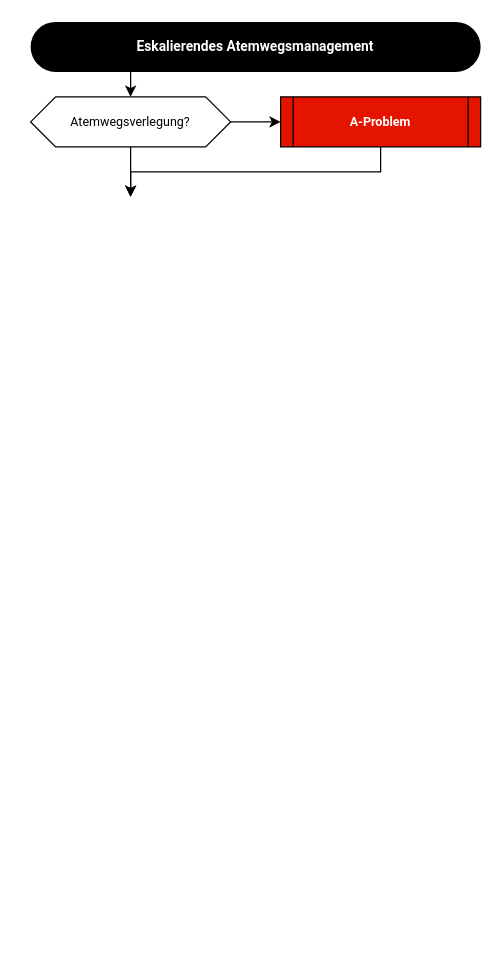
Before: assets/flows/atemwegsmanagement.drawio in steiiin/notsan-app, a draw.io diagram. Source tidied: cells renumbered, new cells numbered last; positions are measured from the earlier drawing's top-left corner, leaving out a move shared by most shapes. Both pictures are drawn from the tidied source at 125%, with x=0, y=0 at pixel (30, 21).
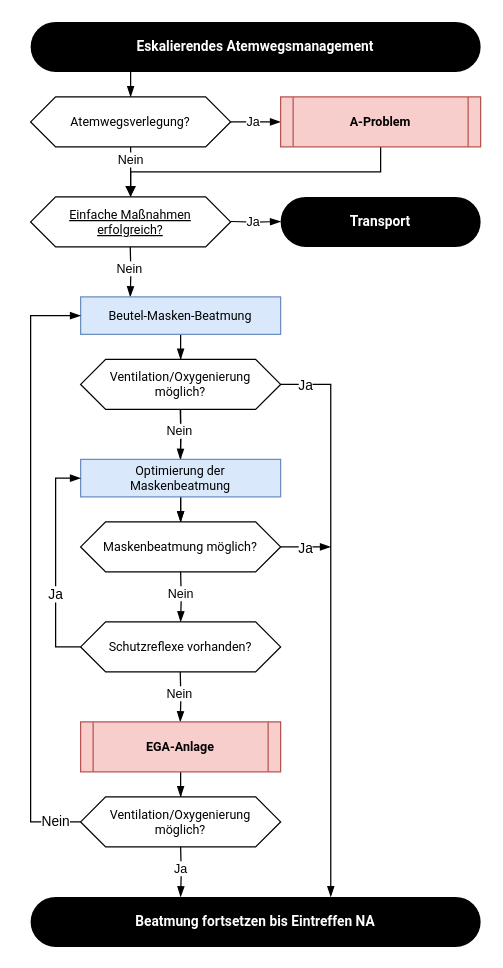
The same diagram, later.

Unchanged cells that the change refers to:
```xml
<mxCell id="6" value="Atemwegsverlegung?" style="shape=hexagon;perimeter=hexagonPerimeter2;whiteSpace=wrap;html=1;fixedSize=1;fontFamily=&quot;Roboto&quot;, &quot;Helvetica Neue&quot;, sans-serif;fontSize=10;fontStyle=0;fillColor=default;" parent="1" vertex="1">
  <mxGeometry y="60" width="160" height="40" as="geometry" />
</mxCell>
```

What changed in the source:
```diff
@@
-    <mxCell id="2" style="edgeStyle=orthogonalEdgeStyle;rounded=0;jettySize=auto;html=1;" parent="1" edge="1" source="3" target="6">
+    <mxCell id="2" style="edgeStyle=orthogonalEdgeStyle;rounded=0;jettySize=auto;html=1;endArrow=blockThin;endFill=1;" parent="1" edge="1" source="3" target="6">
       <mxGeometry relative="1" as="geometry">
         <Array as="points">
           <mxPoint x="80" y="50" />
           <mxPoint x="80" y="50" />
         </Array>
       </mxGeometry>
     </mxCell>
-    <mxCell id="3" value="Eskalierendes Atemwegsmanagement" style="rounded=1;whiteSpace=wrap;html=1;fillColor=#000000;fontColor=#ffffff;strokeColor=none;fillStyle=auto;fontFamily=&quot;Roboto&quot;, &quot;Helvetica Neue&quot;, sans-serif; &quot;Helvetia Neue&quot;;glass=0;shadow=0;arcSize=50;fontStyle=1;fontSize=11;" parent="1" vertex="1">
+    <mxCell id="3" value="Eskalierendes Atemwegsmanagement" style="rounded=1;whiteSpace=wrap;html=1;fillColor=#000000;fontColor=#ffffff;strokeColor=none;fillStyle=auto;fontFamily=&quot;Roboto&quot;, &quot;Helvetica Neue&quot;, sans-serif; &quot;Helvetia Neue&quot;;glass=0;shadow=0;arcSize=50;fontStyle=1;fontSize=11;gradientColor=none;" parent="1" vertex="1">
       <mxGeometry width="360" height="40" as="geometry" />
     </mxCell>
-    <mxCell id="4" style="edgeStyle=orthogonalEdgeStyle;rounded=0;jettySize=auto;html=1;" parent="1" edge="1" source="6" target="8">
+    <mxCell id="4" style="edgeStyle=orthogonalEdgeStyle;rounded=0;jettySize=auto;html=1;endArrow=blockThin;endFill=1;" parent="1" edge="1" source="6" target="8">
       <mxGeometry relative="1" as="geometry" />
     </mxCell>
+    <mxCell id="9" value="Ja" style="edgeLabel;html=1;align=center;verticalAlign=middle;fontFamily=bahnschrift;fontSize=10;fontColor=default;labelBorderColor=none;labelBackgroundColor=default;fillColor=none;gradientColor=none;" parent="4" vertex="1">
+      <mxGeometry x="-0.05" y="-1" relative="1" as="geometry">
+        <mxPoint x="-2" y="-2" as="offset" />
+      </mxGeometry>
+    </mxCell>
-    <mxCell id="5" style="edgeStyle=orthogonalEdgeStyle;rounded=0;jettySize=auto;html=1;" parent="1" edge="1" source="6">
+    <mxCell id="5" style="edgeStyle=orthogonalEdgeStyle;rounded=0;jettySize=auto;html=1;endArrow=blockThin;endFill=1;" parent="1" edge="1" source="6">
       <mxGeometry relative="1" as="geometry">
         <mxPoint x="80" y="140" as="targetPoint" />
       </mxGeometry>
     </mxCell>
+    <mxCell id="10" value="Nein" style="edgeLabel;html=1;align=center;verticalAlign=middle;fontFamily=bahnschrift;fontSize=10;fontColor=default;labelBorderColor=none;labelBackgroundColor=default;fillColor=none;gradientColor=none;" parent="5" vertex="1">
+      <mxGeometry x="-0.51" y="-1" relative="1" as="geometry">
+        <mxPoint y="-1" as="offset" />
+      </mxGeometry>
+    </mxCell>
@@
-    <mxCell id="7" style="edgeStyle=orthogonalEdgeStyle;rounded=0;jettySize=auto;html=1;entryX=0.5;entryY=0;entryDx=0;entryDy=0;" parent="1" edge="1" source="8">
+    <mxCell id="7" style="edgeStyle=orthogonalEdgeStyle;rounded=0;jettySize=auto;html=1;entryX=0.5;entryY=0;entryDx=0;entryDy=0;endArrow=block;endFill=1;" parent="1" edge="1" source="8">
       <mxGeometry relative="1" as="geometry">
         <mxPoint x="80" y="140" as="targetPoint" />
         <Array as="points">
           <mxPoint x="280" y="120" />
           <mxPoint x="80" y="120" />
         </Array>
       </mxGeometry>
     </mxCell>
-    <mxCell id="8" value="A-Problem" style="shape=process;whiteSpace=wrap;html=1;backgroundOutline=1;size=0.0625;fillColor=#e51400;strokeColor=default;fontSize=10;glass=0;rounded=0;fontColor=#ffffff;fontFamily=&quot;Roboto&quot;, &quot;Helvetica Neue&quot;, sans-serif;fontStyle=1;" parent="1" vertex="1">
+    <mxCell id="8" value="A-Problem" style="shape=process;whiteSpace=wrap;html=1;backgroundOutline=1;size=0.0625;fillColor=#f8cecc;strokeColor=#b85450;fontSize=10;glass=0;rounded=0;fontFamily=&quot;Roboto&quot;, &quot;Helvetica Neue&quot;, sans-serif;fontStyle=1;" parent="1" vertex="1">
       <mxGeometry x="200" y="60" width="160" height="40" as="geometry" />
     </mxCell>
+    <mxCell id="11" value="Einfache Maßnahmen&lt;br&gt;erfolgreich?" style="shape=hexagon;perimeter=hexagonPerimeter2;whiteSpace=wrap;fixedSize=1;fontFamily=&quot;Roboto&quot;, &quot;Helvetica Neue&quot;, sans-serif;fontSize=10;fontStyle=4;textShadow=0;labelBorderColor=none;html=1;horizontal=1;" parent="1" vertex="1">
+      <mxGeometry y="140" width="160" height="40" as="geometry" />
+    </mxCell>
+    <mxCell id="12" style="edgeStyle=orthogonalEdgeStyle;rounded=0;orthogonalLoop=1;jettySize=auto;html=1;endArrow=blockThin;endFill=1;" parent="1" edge="1">
+      <mxGeometry relative="1" as="geometry">
+        <mxPoint x="160" y="159.7" as="sourcePoint" />
+        <mxPoint x="200" y="159.7" as="targetPoint" />
+      </mxGeometry>
+    </mxCell>
+    <mxCell id="13" value="Ja" style="edgeLabel;html=1;align=center;verticalAlign=middle;fontFamily=bahnschrift;fontSize=10;fontColor=default;labelBorderColor=none;labelBackgroundColor=default;fillColor=none;gradientColor=none;" parent="12" vertex="1">
+      <mxGeometry x="-0.05" y="-1" relative="1" as="geometry">
+        <mxPoint x="-2" y="-2" as="offset" />
+      </mxGeometry>
+    </mxCell>
+    <mxCell id="14" value="Transport" style="rounded=1;whiteSpace=wrap;html=1;fillColor=#000000;fontColor=#ffffff;strokeColor=none;fillStyle=auto;fontFamily=&quot;Roboto&quot;, &quot;Helvetica Neue&quot;, sans-serif; &quot;Helvetia Neue&quot;;glass=0;shadow=0;arcSize=50;fontStyle=1;fontSize=11;gradientColor=none;" parent="1" vertex="1">
+      <mxGeometry x="200" y="140" width="160" height="40" as="geometry" />
+    </mxCell>
+    <mxCell id="15" style="edgeStyle=orthogonalEdgeStyle;rounded=0;orthogonalLoop=1;jettySize=auto;html=1;endArrow=blockThin;endFill=1;" parent="1" edge="1">
+      <mxGeometry relative="1" as="geometry">
+        <mxPoint x="79.7" y="180" as="sourcePoint" />
+        <mxPoint x="79.7" y="220" as="targetPoint" />
+      </mxGeometry>
+    </mxCell>
+    <mxCell id="16" value="Nein" style="edgeLabel;html=1;align=center;verticalAlign=middle;fontFamily=bahnschrift;fontSize=10;fontColor=default;labelBorderColor=none;labelBackgroundColor=default;fillColor=none;gradientColor=none;" parent="15" vertex="1">
+      <mxGeometry x="-0.51" y="-1" relative="1" as="geometry">
+        <mxPoint y="6" as="offset" />
+      </mxGeometry>
+    </mxCell>
+    <mxCell id="17" style="edgeStyle=orthogonalEdgeStyle;shape=connector;rounded=0;jettySize=auto;html=1;strokeColor=default;align=center;verticalAlign=middle;fontFamily=Helvetica;fontSize=11;fontColor=default;labelBackgroundColor=default;endArrow=blockThin;endFill=1;" parent="1" edge="1" source="18" target="20">
+      <mxGeometry relative="1" as="geometry" />
+    </mxCell>
+    <mxCell id="18" value="Beutel-Masken-Beatmung" style="rounded=0;whiteSpace=wrap;html=1;align=center;verticalAlign=middle;fontFamily=&quot;Roboto&quot;, &quot;Helvetica Neue&quot;, sans-serif;fontSize=10;labelBorderColor=none;labelBackgroundColor=none;fillColor=#dae8fc;rotation=0;strokeColor=#6c8ebf;" parent="1" vertex="1">
+      <mxGeometry x="40" y="220" width="160" height="30" as="geometry" />
+    </mxCell>
+    <mxCell id="19" style="edgeStyle=orthogonalEdgeStyle;shape=connector;rounded=0;jettySize=auto;html=1;strokeColor=default;align=center;verticalAlign=middle;fontFamily=Helvetica;fontSize=11;fontColor=default;labelBackgroundColor=default;endArrow=blockThin;endFill=1;" parent="1" edge="1" source="20" target="28">
+      <mxGeometry relative="1" as="geometry" />
+    </mxCell>
+    <mxCell id="20" value="Ventilation/Oxygenierung&lt;div&gt;möglich?&lt;/div&gt;" style="shape=hexagon;perimeter=hexagonPerimeter2;whiteSpace=wrap;html=1;fixedSize=1;fontFamily=&quot;Roboto&quot;, &quot;Helvetica Neue&quot;, sans-serif;fontSize=10;fontStyle=0;fillColor=default;" parent="1" vertex="1">
+      <mxGeometry x="40" y="270" width="160" height="40" as="geometry" />
+    </mxCell>
+    <mxCell id="21" value="Beatmung fortsetzen bis Eintreffen NA" style="rounded=1;whiteSpace=wrap;html=1;fillColor=#000000;fontColor=#ffffff;strokeColor=none;fillStyle=auto;fontFamily=&quot;Roboto&quot;, &quot;Helvetica Neue&quot;, sans-serif; &quot;Helvetia Neue&quot;;glass=0;shadow=0;arcSize=50;fontStyle=1;fontSize=11;gradientColor=none;align=center;verticalAlign=middle;labelBorderColor=none;labelBackgroundColor=none;" parent="1" vertex="1">
+      <mxGeometry y="700" width="360" height="40" as="geometry" />
+    </mxCell>
+    <mxCell id="22" style="edgeStyle=orthogonalEdgeStyle;rounded=0;orthogonalLoop=1;jettySize=auto;html=1;endArrow=blockThin;endFill=1;" parent="1" edge="1">
+      <mxGeometry relative="1" as="geometry">
+        <mxPoint x="119.7" y="310" as="sourcePoint" />
+        <mxPoint x="119.7" y="350" as="targetPoint" />
+      </mxGeometry>
+    </mxCell>
+    <mxCell id="23" value="Nein" style="edgeLabel;html=1;align=center;verticalAlign=middle;fontFamily=bahnschrift;fontSize=10;fontColor=default;labelBorderColor=none;labelBackgroundColor=default;fillColor=none;gradientColor=none;" parent="22" vertex="1">
+      <mxGeometry x="-0.51" y="-1" relative="1" as="geometry">
+        <mxPoint y="6" as="offset" />
+      </mxGeometry>
+    </mxCell>
+    <mxCell id="24" style="edgeStyle=orthogonalEdgeStyle;shape=connector;rounded=0;jettySize=auto;html=1;strokeColor=default;align=center;verticalAlign=middle;fontFamily=Helvetica;fontSize=11;fontColor=default;labelBackgroundColor=default;endArrow=blockThin;endFill=1;" parent="1" edge="1" source="25" target="28">
+      <mxGeometry relative="1" as="geometry" />
+    </mxCell>
+    <mxCell id="25" value="Optimierung der&lt;div&gt;Maskenbeatmung&lt;/div&gt;" style="rounded=0;whiteSpace=wrap;html=1;align=center;verticalAlign=middle;fontFamily=&quot;Roboto&quot;, &quot;Helvetica Neue&quot;, sans-serif;fontSize=10;labelBorderColor=none;labelBackgroundColor=none;fillColor=#dae8fc;rotation=0;strokeColor=#6c8ebf;fontColor=default;" parent="1" vertex="1">
+      <mxGeometry x="40" y="350" width="160" height="30" as="geometry" />
+    </mxCell>
+    <mxCell id="26" style="edgeStyle=orthogonalEdgeStyle;shape=connector;rounded=0;jettySize=auto;html=1;strokeColor=default;align=center;verticalAlign=middle;fontFamily=Helvetica;fontSize=11;fontColor=default;labelBackgroundColor=default;endArrow=blockThin;endFill=1;" parent="1" edge="1" source="28">
+      <mxGeometry relative="1" as="geometry">
+        <mxPoint x="240" y="420" as="targetPoint" />
+      </mxGeometry>
+    </mxCell>
+    <mxCell id="27" value="Ja" style="edgeLabel;html=1;align=center;verticalAlign=middle;fontFamily=Helvetica;fontSize=11;fontColor=default;labelBorderColor=none;labelBackgroundColor=default;fillColor=none;gradientColor=none;" parent="26" vertex="1">
+      <mxGeometry x="-0.08" y="1" relative="1" as="geometry">
+        <mxPoint y="1" as="offset" />
+      </mxGeometry>
+    </mxCell>
+    <mxCell id="28" value="Maskenbeatmung möglich?" style="shape=hexagon;perimeter=hexagonPerimeter2;whiteSpace=wrap;html=1;fixedSize=1;fontFamily=&quot;Roboto&quot;, &quot;Helvetica Neue&quot;, sans-serif;fontSize=10;fontStyle=0;fillColor=default;" parent="1" vertex="1">
+      <mxGeometry x="40" y="400" width="160" height="40" as="geometry" />
+    </mxCell>
+    <mxCell id="29" style="edgeStyle=orthogonalEdgeStyle;rounded=0;orthogonalLoop=1;jettySize=auto;html=1;endArrow=blockThin;endFill=1;" parent="1" edge="1">
+      <mxGeometry relative="1" as="geometry">
+        <mxPoint x="120" y="440" as="sourcePoint" />
+        <mxPoint x="120" y="480" as="targetPoint" />
+      </mxGeometry>
+    </mxCell>
+    <mxCell id="30" value="Nein" style="edgeLabel;html=1;align=center;verticalAlign=middle;fontFamily=bahnschrift;fontSize=10;fontColor=default;labelBorderColor=none;labelBackgroundColor=default;fillColor=none;gradientColor=none;" parent="29" vertex="1">
+      <mxGeometry x="-0.51" y="-1" relative="1" as="geometry">
+        <mxPoint y="6" as="offset" />
+      </mxGeometry>
+    </mxCell>
+    <mxCell id="31" style="edgeStyle=orthogonalEdgeStyle;shape=connector;rounded=0;jettySize=auto;html=1;strokeColor=default;align=center;verticalAlign=middle;fontFamily=Helvetica;fontSize=11;fontColor=default;labelBackgroundColor=default;endArrow=blockThin;endFill=1;entryX=0;entryY=0.5;entryDx=0;entryDy=0;" parent="1" edge="1" source="33" target="25">
+      <mxGeometry relative="1" as="geometry">
+        <Array as="points">
+          <mxPoint x="20" y="500" />
+          <mxPoint x="20" y="365" />
+        </Array>
+      </mxGeometry>
+    </mxCell>
+    <mxCell id="32" value="Ja" style="edgeLabel;html=1;align=center;verticalAlign=middle;fontFamily=Helvetica;fontSize=11;fontColor=default;labelBorderColor=none;labelBackgroundColor=default;fillColor=none;gradientColor=none;" parent="31" vertex="1">
+      <mxGeometry x="-0.25" relative="1" as="geometry">
+        <mxPoint x="-1" y="3" as="offset" />
+      </mxGeometry>
+    </mxCell>
+    <mxCell id="33" value="Schutzreflexe vorhanden?" style="shape=hexagon;perimeter=hexagonPerimeter2;whiteSpace=wrap;html=1;fixedSize=1;fontFamily=&quot;Roboto&quot;, &quot;Helvetica Neue&quot;, sans-serif;fontSize=10;fontStyle=0;fillColor=default;" parent="1" vertex="1">
+      <mxGeometry x="40" y="480" width="160" height="40" as="geometry" />
+    </mxCell>
+    <mxCell id="34" style="edgeStyle=orthogonalEdgeStyle;rounded=0;orthogonalLoop=1;jettySize=auto;html=1;endArrow=blockThin;endFill=1;" parent="1" edge="1">
+      <mxGeometry relative="1" as="geometry">
+        <mxPoint x="119.7" y="520" as="sourcePoint" />
+        <mxPoint x="119.7" y="560" as="targetPoint" />
+      </mxGeometry>
+    </mxCell>
+    <mxCell id="35" value="Nein" style="edgeLabel;html=1;align=center;verticalAlign=middle;fontFamily=bahnschrift;fontSize=10;fontColor=default;labelBorderColor=none;labelBackgroundColor=default;fillColor=none;gradientColor=none;" parent="34" vertex="1">
+      <mxGeometry x="-0.51" y="-1" relative="1" as="geometry">
+        <mxPoint y="6" as="offset" />
+      </mxGeometry>
+    </mxCell>
+    <mxCell id="36" style="edgeStyle=orthogonalEdgeStyle;shape=connector;rounded=0;jettySize=auto;html=1;strokeColor=default;align=center;verticalAlign=middle;fontFamily=Helvetica;fontSize=11;fontColor=default;labelBackgroundColor=default;endArrow=blockThin;endFill=1;" parent="1" edge="1" source="37" target="40">
+      <mxGeometry relative="1" as="geometry" />
+    </mxCell>
+    <mxCell id="37" value="EGA-Anlage" style="shape=process;whiteSpace=wrap;html=1;backgroundOutline=1;size=0.0625;fillColor=#f8cecc;strokeColor=#b85450;fontSize=10;glass=0;rounded=0;fontFamily=&quot;Roboto&quot;, &quot;Helvetica Neue&quot;, sans-serif;fontStyle=1;align=center;verticalAlign=middle;fontColor=default;labelBorderColor=none;labelBackgroundColor=none;" parent="1" vertex="1">
+      <mxGeometry x="40" y="560" width="160" height="40" as="geometry" />
+    </mxCell>
+    <mxCell id="38" style="edgeStyle=orthogonalEdgeStyle;shape=connector;rounded=0;jettySize=auto;html=1;strokeColor=default;align=center;verticalAlign=middle;fontFamily=Helvetica;fontSize=11;fontColor=default;labelBackgroundColor=default;endArrow=blockThin;endFill=1;entryX=0;entryY=0.5;entryDx=0;entryDy=0;" parent="1" edge="1" source="40" target="18">
+      <mxGeometry relative="1" as="geometry">
+        <Array as="points">
+          <mxPoint y="640" />
+          <mxPoint y="235" />
+        </Array>
+      </mxGeometry>
+    </mxCell>
+    <mxCell id="39" value="Nein" style="edgeLabel;html=1;align=center;verticalAlign=middle;fontFamily=Helvetica;fontSize=11;fontColor=default;labelBorderColor=none;labelBackgroundColor=default;fillColor=none;gradientColor=none;" parent="38" vertex="1">
+      <mxGeometry x="-0.9" y="-1" relative="1" as="geometry">
+        <mxPoint x="3" as="offset" />
+      </mxGeometry>
+    </mxCell>
+    <mxCell id="40" value="Ventilation/Oxygenierung&lt;div&gt;möglich?&lt;/div&gt;" style="shape=hexagon;perimeter=hexagonPerimeter2;whiteSpace=wrap;html=1;fixedSize=1;fontFamily=&quot;Roboto&quot;, &quot;Helvetica Neue&quot;, sans-serif;fontSize=10;fontStyle=0;fillColor=default;" parent="1" vertex="1">
+      <mxGeometry x="40" y="620" width="160" height="40" as="geometry" />
+    </mxCell>
+    <mxCell id="41" style="edgeStyle=orthogonalEdgeStyle;rounded=0;orthogonalLoop=1;jettySize=auto;html=1;endArrow=blockThin;endFill=1;" parent="1" edge="1">
+      <mxGeometry relative="1" as="geometry">
+        <mxPoint x="120" y="660" as="sourcePoint" />
+        <mxPoint x="120" y="700" as="targetPoint" />
+      </mxGeometry>
+    </mxCell>
+    <mxCell id="42" value="Ja" style="edgeLabel;html=1;align=center;verticalAlign=middle;fontFamily=bahnschrift;fontSize=10;fontColor=default;labelBorderColor=none;labelBackgroundColor=default;fillColor=none;gradientColor=none;" parent="41" vertex="1">
+      <mxGeometry x="-0.51" y="-1" relative="1" as="geometry">
+        <mxPoint y="6" as="offset" />
+      </mxGeometry>
+    </mxCell>
+    <mxCell id="43" style="edgeStyle=orthogonalEdgeStyle;shape=connector;rounded=0;jettySize=auto;html=1;entryX=0.667;entryY=0;entryDx=0;entryDy=0;entryPerimeter=0;strokeColor=default;align=center;verticalAlign=middle;fontFamily=Helvetica;fontSize=11;fontColor=default;labelBackgroundColor=default;endArrow=blockThin;endFill=1;" parent="1" edge="1" source="20" target="21">
+      <mxGeometry relative="1" as="geometry">
+        <Array as="points">
+          <mxPoint x="240" y="290" />
+        </Array>
+      </mxGeometry>
+    </mxCell>
+    <mxCell id="44" value="Ja" style="edgeLabel;html=1;align=center;verticalAlign=middle;fontFamily=Helvetica;fontSize=11;fontColor=default;labelBorderColor=none;labelBackgroundColor=default;fillColor=none;gradientColor=none;" parent="43" vertex="1">
+      <mxGeometry x="-0.91" y="2" relative="1" as="geometry">
+        <mxPoint x="-1" y="2" as="offset" />
+      </mxGeometry>
+    </mxCell>
```
